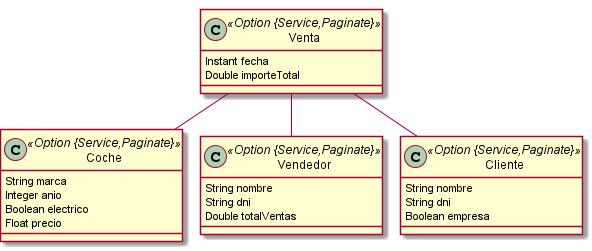
The PlantUML diagram jhipster-jdl.png in Fireful/concesionario3, before a commit. The source it was exported from:
```plantuml
@startuml
	!pragma graphviz_dot jdot
	!pragma syntax class
	class Coche <<Option {Service,Paginate}>> {
		String marca
		Integer anio
		Boolean electrico
		Float precio
	}
	class Vendedor <<Option {Service,Paginate}>> {
		String nombre
		String dni
		Double totalVentas
	}
	class Venta <<Option {Service,Paginate}>> {
		Instant fecha
		Double importeTotal
	}
	class Cliente <<Option {Service,Paginate}>> {
		String nombre
		String dni
		Boolean empresa
	}
	Venta  "coche 0..1 " -- "0..1 "  Coche
	Venta  "cliente 0..* " o-- "0..1 "  Cliente
	Venta  "vendedor 0..* " o-- "0..1 "  Vendedor
@enduml
```
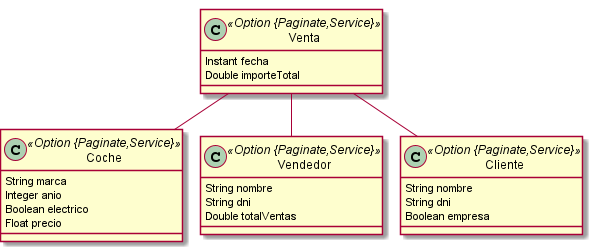
Later version of the same file.

The edit, as a diff of the source:
```diff
@@ -1,22 +1,22 @@
 @startuml
 	!pragma graphviz_dot jdot
 	!pragma syntax class
-	class Coche <<Option {Service,Paginate}>> {
+	class Coche <<Option {Paginate,Service}>> {
 		String marca
 		Integer anio
 		Boolean electrico
 		Float precio
 	}
-	class Vendedor <<Option {Service,Paginate}>> {
+	class Vendedor <<Option {Paginate,Service}>> {
 		String nombre
 		String dni
 		Double totalVentas
 	}
-	class Venta <<Option {Service,Paginate}>> {
+	class Venta <<Option {Paginate,Service}>> {
 		Instant fecha
 		Double importeTotal
 	}
-	class Cliente <<Option {Service,Paginate}>> {
+	class Cliente <<Option {Paginate,Service}>> {
 		String nombre
 		String dni
 		Boolean empresa
```
